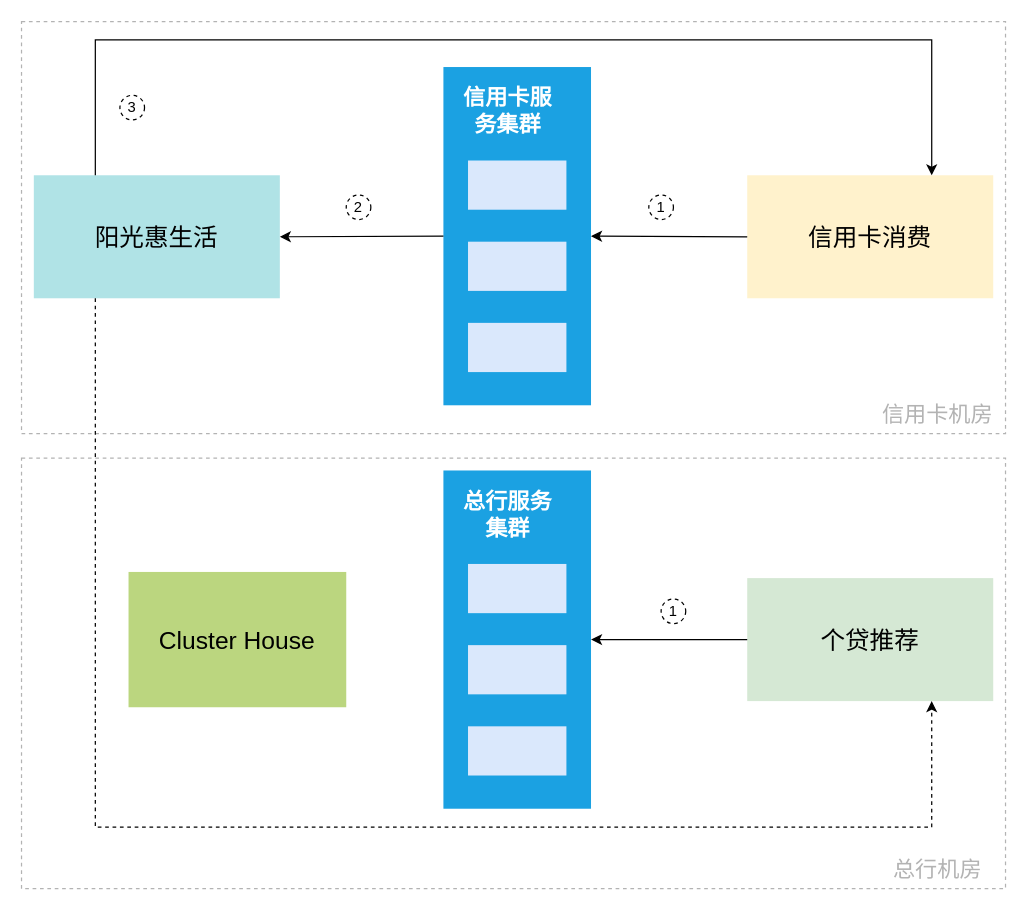
Above: page "方案3" (4 of 12) of design/ppt/human/图片集.drawio in thinwind/ebnas (draw.io), before the change. Source tidied: cells renumbered, new cells numbered last; positions are measured from the earlier drawing's top-left corner, leaving out a move shared by most shapes. Both pictures are drawn from the tidied source at 123%, with x=0, y=0 at pixel (21, 21).
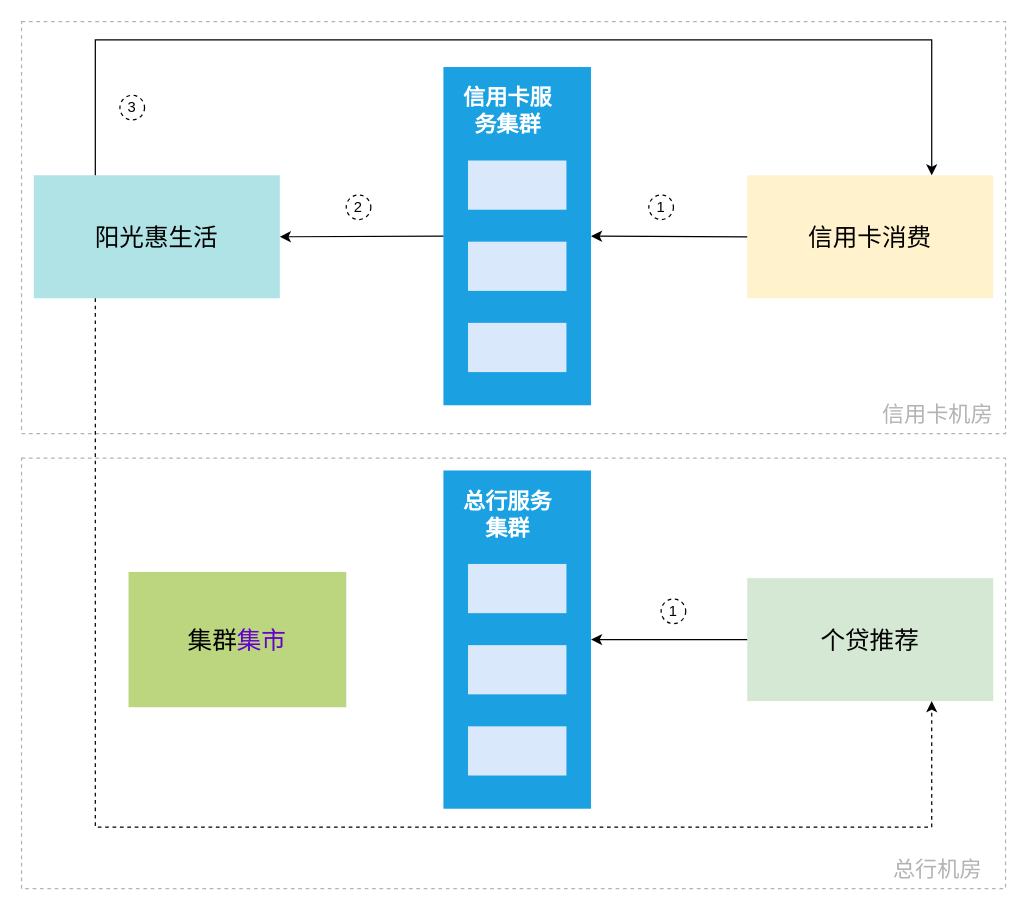
Above is the later version.

Diff of the diagram source:
```diff
@@
-    <mxCell id="25" value="&lt;font style=&quot;font-size: 20px&quot;&gt;Cluster House&lt;/font&gt;" style="rounded=0;whiteSpace=wrap;html=1;dashed=1;labelBorderColor=none;fontSize=20;strokeColor=none;fillColor=#BBD67F;align=center;" parent="1" vertex="1">
+    <mxCell id="25" value="&lt;font style=&quot;font-size: 20px&quot;&gt;集群&lt;font color=&quot;#6600cc&quot;&gt;集市&lt;/font&gt;&lt;/font&gt;" style="rounded=0;whiteSpace=wrap;html=1;dashed=1;labelBorderColor=none;fontSize=20;strokeColor=none;fillColor=#BBD67F;align=center;" parent="1" vertex="1">
       <mxGeometry x="87" y="447.5" width="177" height="110" as="geometry" />
     </mxCell>
```
